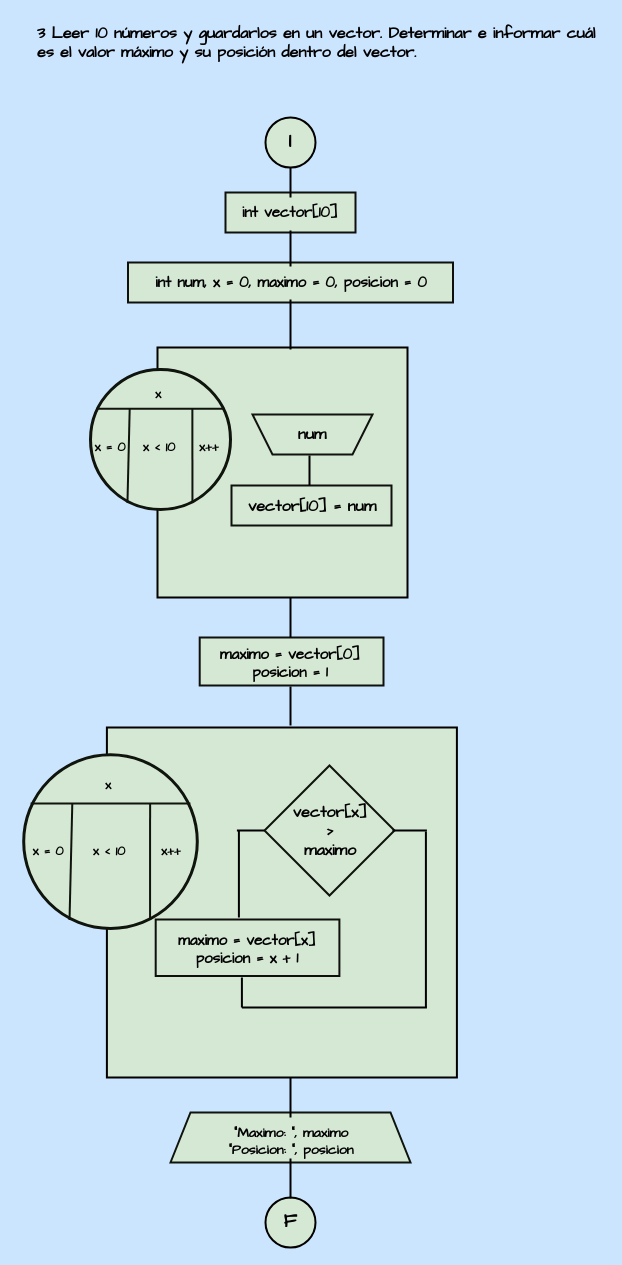
SASOPELANA/UTN_PROGRAMACION1 keeps this draw.io diagram as Unidad6_Vectores/Diagramas_Flujos/Ejercicio3.drawio. Above is the earlier version. Source tidied: cells renumbered, new cells numbered last; positions are measured from the earlier drawing's top-left corner, leaving out a move shared by most shapes. Both pictures are drawn from the tidied source at 100%, with x=0, y=0 at pixel (17, 17).
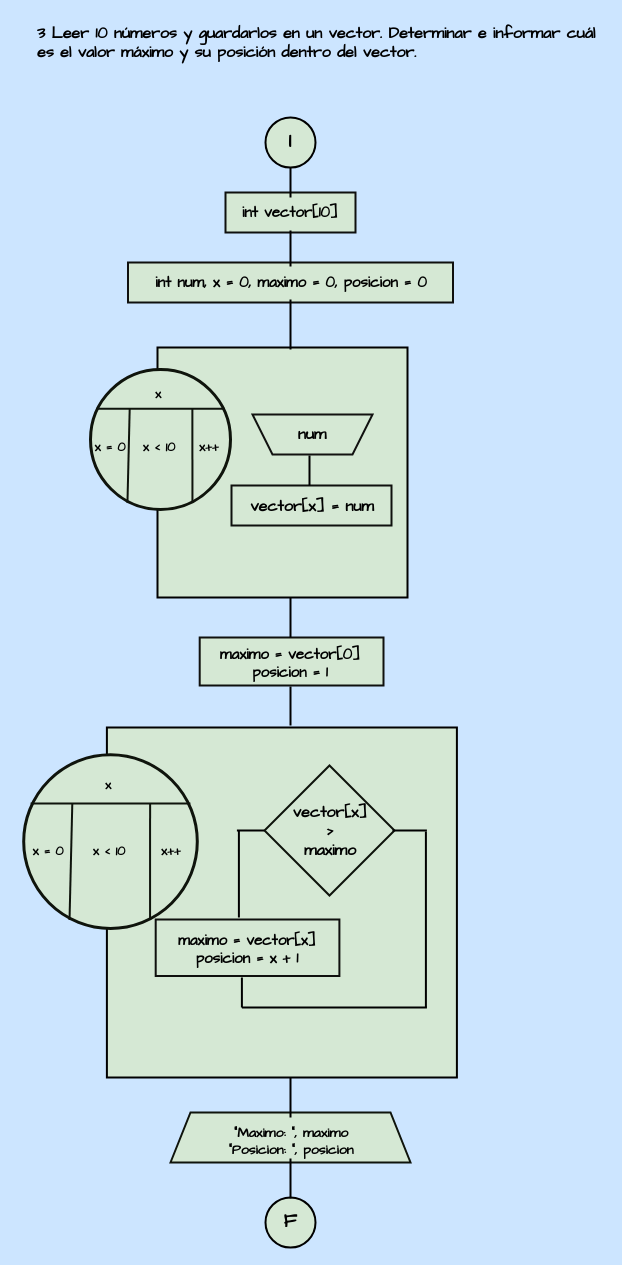
After the change.

The change refers to these unchanged cells:
```xml
<mxCell id="32" style="group;" parent="18" vertex="1">
  <mxGeometry x="137" y="138" width="180" height="40" as="geometry" />
</mxCell>
```

Diff of the diagram source:
```diff
@@
-    <mxCell id="34" value="&lt;font size=&quot;1&quot; face=&quot;Comic Sans MS&quot; color=&quot;#000000&quot;&gt;&lt;b style=&quot;font-size: 16px;&quot;&gt;vector[10] = num&lt;/b&gt;&lt;/font&gt;" style="text;strokeColor=none;align=center;fillColor=none;html=1;verticalAlign=middle;whiteSpace=wrap;rounded=0;fontFamily=Architects Daughter;" parent="32" vertex="1">
+    <mxCell id="34" value="&lt;font size=&quot;1&quot; face=&quot;Comic Sans MS&quot; color=&quot;#000000&quot;&gt;&lt;b style=&quot;font-size: 16px;&quot;&gt;vector[x] = num&lt;/b&gt;&lt;/font&gt;" style="text;strokeColor=none;align=center;fillColor=none;html=1;verticalAlign=middle;whiteSpace=wrap;rounded=0;fontFamily=Architects Daughter;" parent="32" vertex="1">
       <mxGeometry y="6" width="180" height="30" as="geometry" />
     </mxCell>
```
